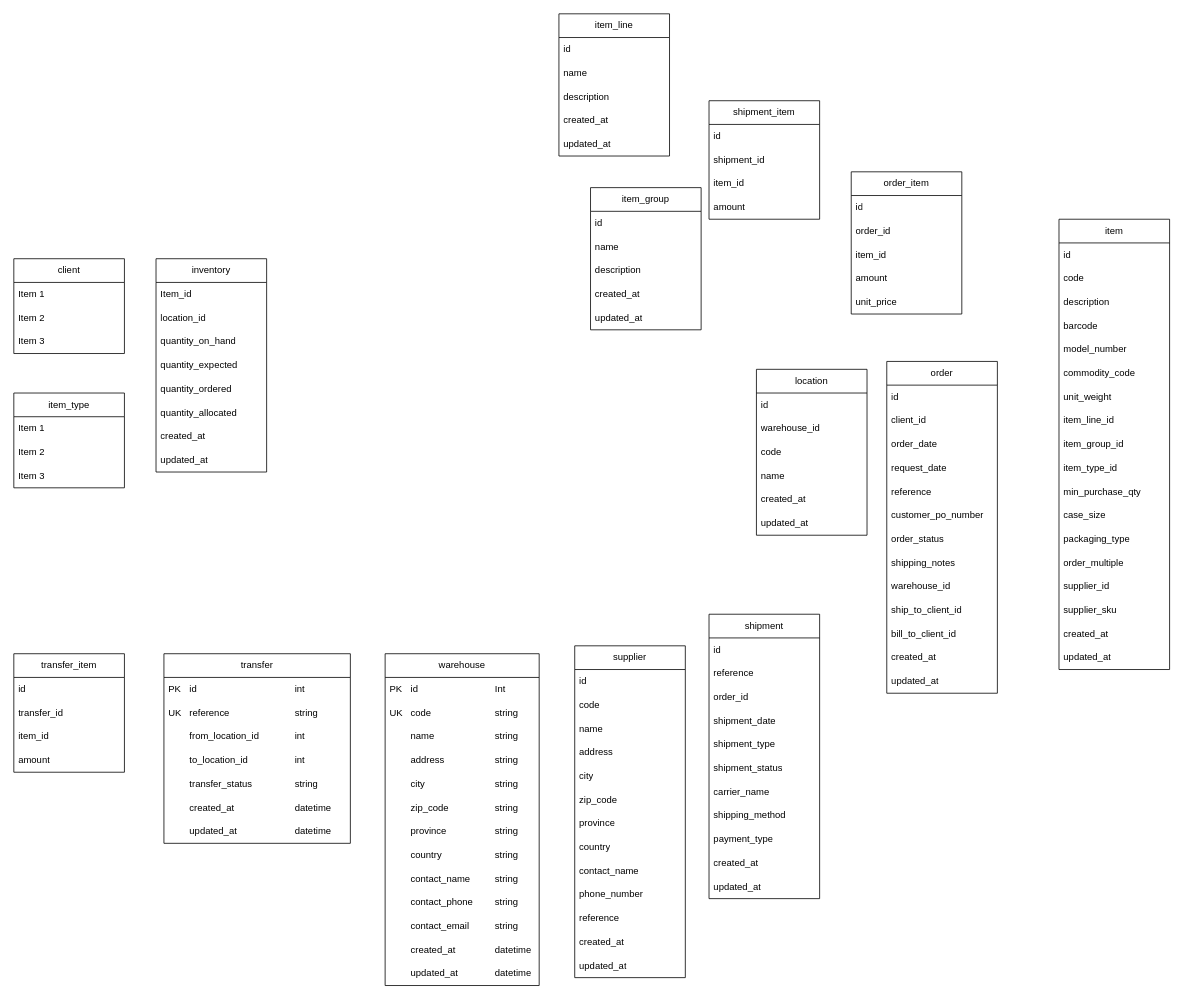
Above: help.drawio in lennardje21/INF2C-Team-5 (draw.io), before the change. Source tidied: cells renumbered, new cells numbered last; positions are measured from the earlier drawing's top-left corner, leaving out a move shared by most shapes. Both pictures are drawn from the tidied source at 79%, with x=0, y=0 at pixel (13, 13).
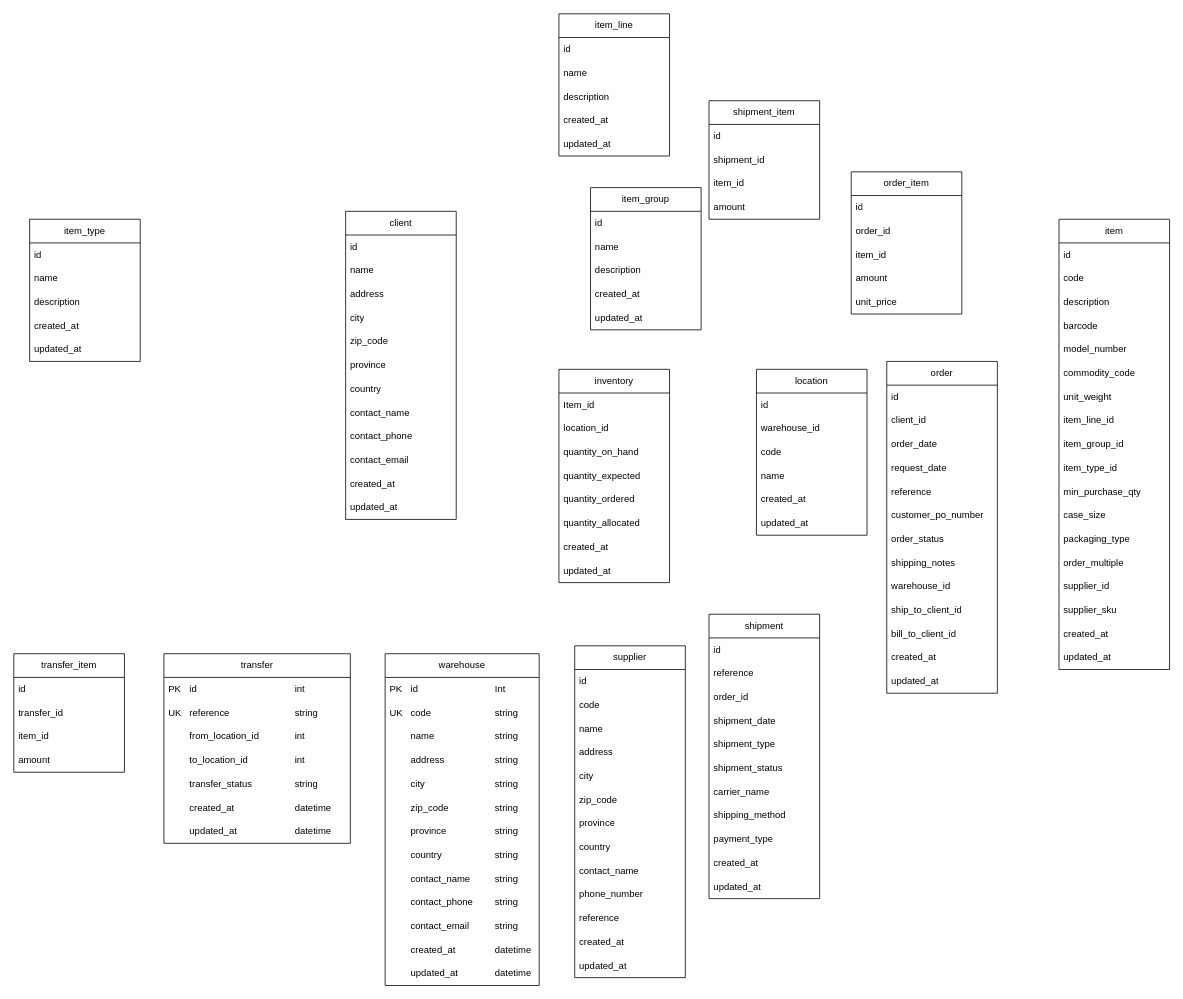
After the change.

The edit, as a diff of the source:
```diff
@@
     <mxCell id="2" value="client" style="swimlane;fontStyle=0;horizontal=1;startSize=30;whiteSpace=wrap;html=1;" parent="1" vertex="1">
-      <mxGeometry y="310" width="140" height="120" as="geometry" />
+      <mxGeometry x="420" y="250" width="140" height="390" as="geometry" />
     </mxCell>
-    <mxCell id="3" value="Item 1" style="text;strokeColor=none;fillColor=none;align=left;verticalAlign=middle;spacingLeft=4;spacingRight=4;overflow=hidden;whiteSpace=wrap;html=1;" parent="2" vertex="1">
+    <mxCell id="3" value="id" style="text;strokeColor=none;fillColor=none;align=left;verticalAlign=middle;spacingLeft=4;spacingRight=4;overflow=hidden;whiteSpace=wrap;html=1;" parent="2" vertex="1">
       <mxGeometry y="30" width="140" height="30" as="geometry" />
     </mxCell>
-    <mxCell id="4" value="Item 2" style="text;strokeColor=none;fillColor=none;align=left;verticalAlign=middle;spacingLeft=4;spacingRight=4;overflow=hidden;whiteSpace=wrap;html=1;" parent="2" vertex="1">
+    <mxCell id="4" value="name" style="text;strokeColor=none;fillColor=none;align=left;verticalAlign=middle;spacingLeft=4;spacingRight=4;overflow=hidden;whiteSpace=wrap;html=1;" parent="2" vertex="1">
       <mxGeometry y="60" width="140" height="30" as="geometry" />
     </mxCell>
-    <mxCell id="5" value="Item 3" style="text;strokeColor=none;fillColor=none;align=left;verticalAlign=middle;spacingLeft=4;spacingRight=4;overflow=hidden;whiteSpace=wrap;html=1;" parent="2" vertex="1">
+    <mxCell id="5" value="address" style="text;strokeColor=none;fillColor=none;align=left;verticalAlign=middle;spacingLeft=4;spacingRight=4;overflow=hidden;whiteSpace=wrap;html=1;" parent="2" vertex="1">
       <mxGeometry y="90" width="140" height="30" as="geometry" />
     </mxCell>
+    <mxCell id="135" value="city" style="text;strokeColor=none;fillColor=none;align=left;verticalAlign=middle;spacingLeft=4;spacingRight=4;overflow=hidden;whiteSpace=wrap;html=1;" parent="2" vertex="1">
+      <mxGeometry y="120" width="140" height="30" as="geometry" />
+    </mxCell>
+    <mxCell id="136" value="zip_code" style="text;strokeColor=none;fillColor=none;align=left;verticalAlign=middle;spacingLeft=4;spacingRight=4;overflow=hidden;whiteSpace=wrap;html=1;" parent="2" vertex="1">
+      <mxGeometry y="150" width="140" height="30" as="geometry" />
+    </mxCell>
+    <mxCell id="137" value="province" style="text;strokeColor=none;fillColor=none;align=left;verticalAlign=middle;spacingLeft=4;spacingRight=4;overflow=hidden;whiteSpace=wrap;html=1;" parent="2" vertex="1">
+      <mxGeometry y="180" width="140" height="30" as="geometry" />
+    </mxCell>
+    <mxCell id="138" value="country" style="text;strokeColor=none;fillColor=none;align=left;verticalAlign=middle;spacingLeft=4;spacingRight=4;overflow=hidden;whiteSpace=wrap;html=1;" parent="2" vertex="1">
+      <mxGeometry y="210" width="140" height="30" as="geometry" />
+    </mxCell>
+    <mxCell id="139" value="contact_name" style="text;strokeColor=none;fillColor=none;align=left;verticalAlign=middle;spacingLeft=4;spacingRight=4;overflow=hidden;whiteSpace=wrap;html=1;" parent="2" vertex="1">
+      <mxGeometry y="240" width="140" height="30" as="geometry" />
+    </mxCell>
+    <mxCell id="140" value="contact_phone" style="text;strokeColor=none;fillColor=none;align=left;verticalAlign=middle;spacingLeft=4;spacingRight=4;overflow=hidden;whiteSpace=wrap;html=1;" parent="2" vertex="1">
+      <mxGeometry y="270" width="140" height="30" as="geometry" />
+    </mxCell>
+    <mxCell id="141" value="contact_email" style="text;strokeColor=none;fillColor=none;align=left;verticalAlign=middle;spacingLeft=4;spacingRight=4;overflow=hidden;whiteSpace=wrap;html=1;" parent="2" vertex="1">
+      <mxGeometry y="300" width="140" height="30" as="geometry" />
+    </mxCell>
+    <mxCell id="142" value="created_at" style="text;strokeColor=none;fillColor=none;align=left;verticalAlign=middle;spacingLeft=4;spacingRight=4;overflow=hidden;whiteSpace=wrap;html=1;" parent="2" vertex="1">
+      <mxGeometry y="330" width="140" height="30" as="geometry" />
+    </mxCell>
+    <mxCell id="143" value="updated_at" style="text;strokeColor=none;fillColor=none;align=left;verticalAlign=middle;spacingLeft=4;spacingRight=4;overflow=hidden;whiteSpace=wrap;html=1;" parent="2" vertex="1">
+      <mxGeometry y="360" width="140" height="30" as="geometry" />
+    </mxCell>
     <mxCell id="6" value="inventory" style="swimlane;fontStyle=0;horizontal=1;startSize=30;whiteSpace=wrap;html=1;" parent="1" vertex="1">
-      <mxGeometry x="180" y="310" width="140" height="270" as="geometry" />
+      <mxGeometry x="690" y="450" width="140" height="270" as="geometry" />
     </mxCell>
@@
     <mxCell id="72" value="item_type" style="swimlane;fontStyle=0;horizontal=1;startSize=30;whiteSpace=wrap;html=1;" parent="1" vertex="1">
-      <mxGeometry y="480" width="140" height="120" as="geometry" />
+      <mxGeometry x="20" y="260" width="140" height="180" as="geometry" />
     </mxCell>
-    <mxCell id="73" value="Item 1" style="text;strokeColor=none;fillColor=none;align=left;verticalAlign=middle;spacingLeft=4;spacingRight=4;overflow=hidden;whiteSpace=wrap;html=1;" parent="72" vertex="1">
+    <mxCell id="73" value="id" style="text;strokeColor=none;fillColor=none;align=left;verticalAlign=middle;spacingLeft=4;spacingRight=4;overflow=hidden;whiteSpace=wrap;html=1;" parent="72" vertex="1">
       <mxGeometry y="30" width="140" height="30" as="geometry" />
     </mxCell>
-    <mxCell id="74" value="Item 2" style="text;strokeColor=none;fillColor=none;align=left;verticalAlign=middle;spacingLeft=4;spacingRight=4;overflow=hidden;whiteSpace=wrap;html=1;" parent="72" vertex="1">
+    <mxCell id="74" value="name" style="text;strokeColor=none;fillColor=none;align=left;verticalAlign=middle;spacingLeft=4;spacingRight=4;overflow=hidden;whiteSpace=wrap;html=1;" parent="72" vertex="1">
       <mxGeometry y="60" width="140" height="30" as="geometry" />
     </mxCell>
-    <mxCell id="75" value="Item 3" style="text;strokeColor=none;fillColor=none;align=left;verticalAlign=middle;spacingLeft=4;spacingRight=4;overflow=hidden;whiteSpace=wrap;html=1;" parent="72" vertex="1">
+    <mxCell id="75" value="description" style="text;strokeColor=none;fillColor=none;align=left;verticalAlign=middle;spacingLeft=4;spacingRight=4;overflow=hidden;whiteSpace=wrap;html=1;" parent="72" vertex="1">
       <mxGeometry y="90" width="140" height="30" as="geometry" />
     </mxCell>
+    <mxCell id="144" value="created_at" style="text;strokeColor=none;fillColor=none;align=left;verticalAlign=middle;spacingLeft=4;spacingRight=4;overflow=hidden;whiteSpace=wrap;html=1;" parent="72" vertex="1">
+      <mxGeometry y="120" width="140" height="30" as="geometry" />
+    </mxCell>
+    <mxCell id="145" value="updated_at" style="text;strokeColor=none;fillColor=none;align=left;verticalAlign=middle;spacingLeft=4;spacingRight=4;overflow=hidden;whiteSpace=wrap;html=1;" parent="72" vertex="1">
+      <mxGeometry y="150" width="140" height="30" as="geometry" />
+    </mxCell>
```
